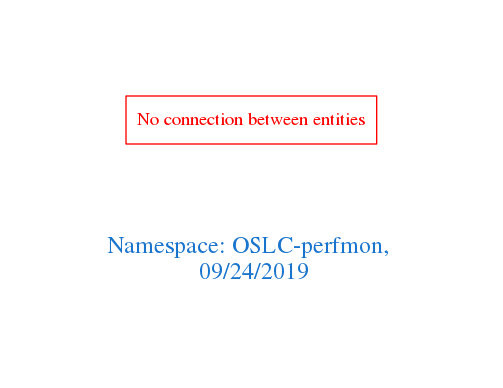
Above: downloads/OSLC-perfmon.png in arago/OGIT (Graphviz), before the change. Its source is kept beside it as downloads/OSLC-perfmon.dot.
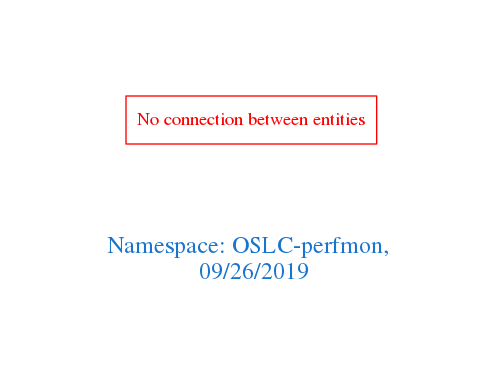
The same file after the commit.

What changed in the source:
```diff
@@ -1,7 +1,7 @@
 digraph OGIT_ontology {
  graph [ rankdir= LR,pad=1
 fontsize = 18,
-fontcolor= dodgerblue3,label = "\n\n\nNamespace: OSLC-perfmon, \n 09/24/2019"];
+fontcolor= dodgerblue3,label = "\n\n\nNamespace: OSLC-perfmon, \n 09/26/2019"];
 node[shape=polygon];
 edge [  color="gray81"];
 
```
